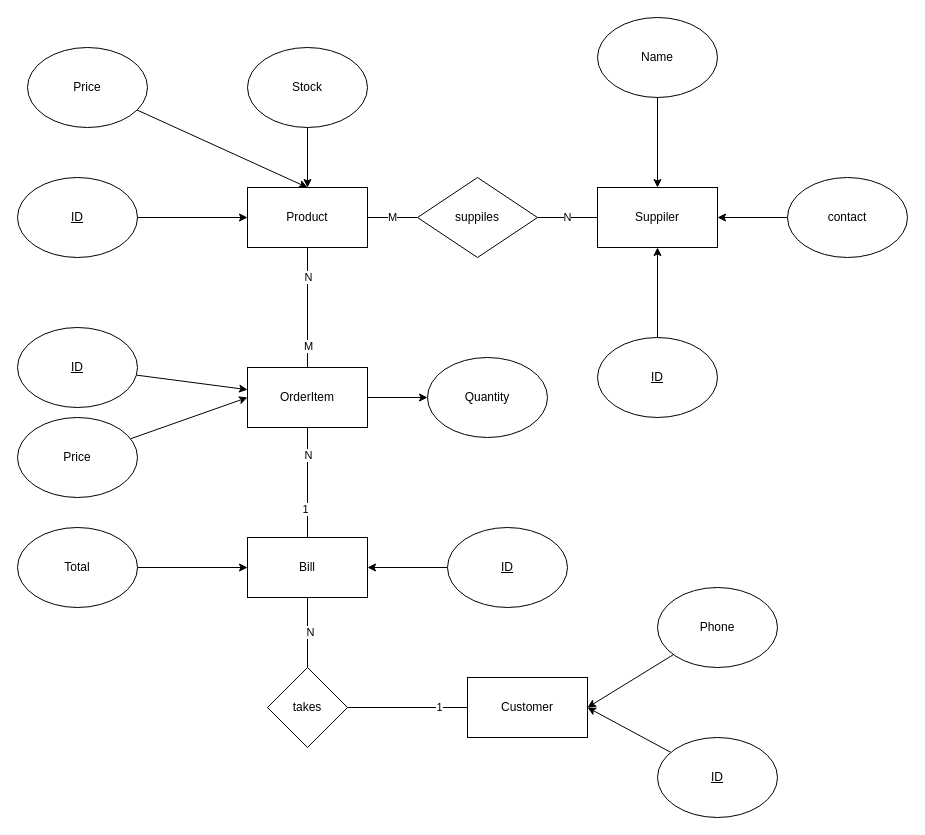
sugan0tech-presidio/tasks keeps this draw.io diagram as Day18/ShoppingER.drawio. Above is the earlier version. Source tidied: cells renumbered, new cells numbered last; positions are measured from the earlier drawing's top-left corner, leaving out a move shared by most shapes. Both pictures are drawn from the tidied source at 100%, with x=0, y=0 at pixel (17, 17).
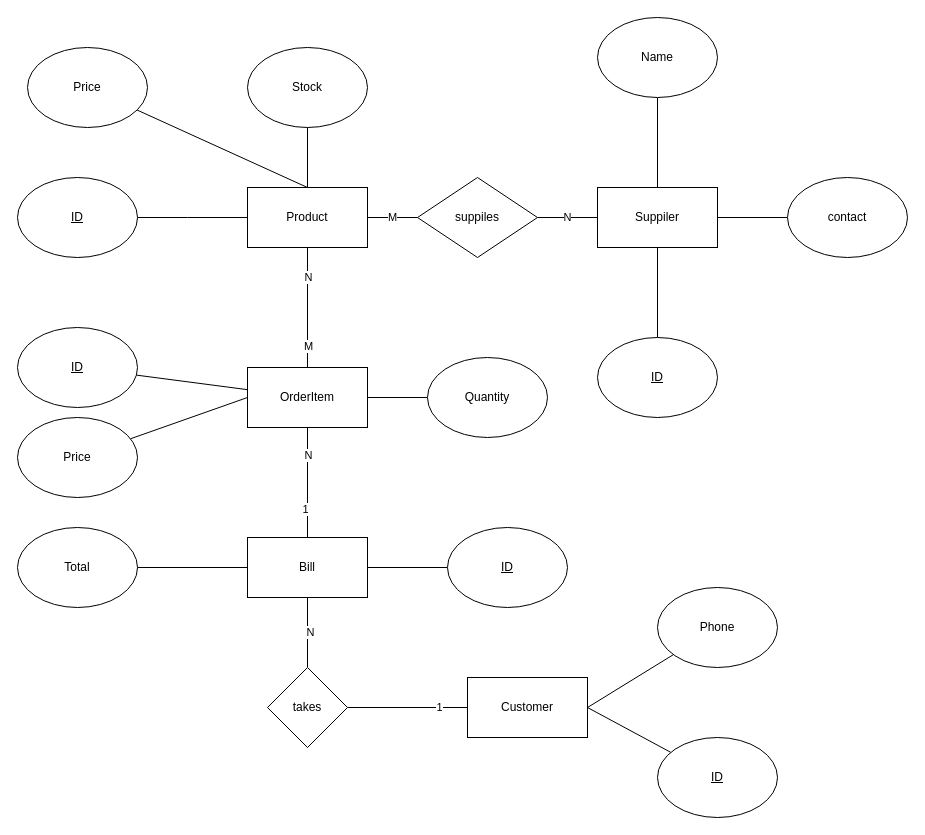
The same diagram, later.

Commit message (it also covers changes not shown here):
fix: diagram attributes & add: query outer join

Unchanged cells that the change refers to:
```xml
<mxCell id="2" value="Product" style="rounded=0;whiteSpace=wrap;html=1;" parent="1" vertex="1">
  <mxGeometry x="230" y="170" width="120" height="60" as="geometry" />
</mxCell>
<mxCell id="4" value="Stock" style="ellipse;whiteSpace=wrap;html=1;" parent="1" vertex="1">
  <mxGeometry x="230" y="30" width="120" height="80" as="geometry" />
</mxCell>
<mxCell id="7" value="Customer" style="rounded=0;whiteSpace=wrap;html=1;" parent="1" vertex="1">
  <mxGeometry x="450" y="660" width="120" height="60" as="geometry" />
</mxCell>
<mxCell id="9" value="&lt;u&gt;ID&lt;/u&gt;" style="ellipse;whiteSpace=wrap;html=1;" parent="1" vertex="1">
  <mxGeometry x="640" y="720" width="120" height="80" as="geometry" />
</mxCell>
<mxCell id="11" value="Phone" style="ellipse;whiteSpace=wrap;html=1;" parent="1" vertex="1">
  <mxGeometry x="640" y="570" width="120" height="80" as="geometry" />
</mxCell>
<mxCell id="12" value="Suppiler" style="rounded=0;whiteSpace=wrap;html=1;" parent="1" vertex="1">
  <mxGeometry x="580" y="170" width="120" height="60" as="geometry" />
</mxCell>
<mxCell id="14" value="Name" style="ellipse;whiteSpace=wrap;html=1;" parent="1" vertex="1">
  <mxGeometry x="580" width="120" height="80" as="geometry" />
</mxCell>
<mxCell id="16" value="&lt;u&gt;ID&lt;/u&gt;" style="ellipse;whiteSpace=wrap;html=1;" parent="1" vertex="1">
  <mxGeometry x="580" y="320" width="120" height="80" as="geometry" />
</mxCell>
<mxCell id="18" value="contact" style="ellipse;whiteSpace=wrap;html=1;" parent="1" vertex="1">
  <mxGeometry x="770" y="160" width="120" height="80" as="geometry" />
</mxCell>
<mxCell id="26" value="OrderItem" style="rounded=0;whiteSpace=wrap;html=1;" parent="1" vertex="1">
  <mxGeometry x="230" y="350" width="120" height="60" as="geometry" />
</mxCell>
<mxCell id="34" value="&lt;u&gt;ID&lt;/u&gt;" style="ellipse;whiteSpace=wrap;html=1;" parent="1" vertex="1">
  <mxGeometry y="310" width="120" height="80" as="geometry" />
</mxCell>
<mxCell id="36" value="Price" style="ellipse;whiteSpace=wrap;html=1;" parent="1" vertex="1">
  <mxGeometry y="400" width="120" height="80" as="geometry" />
</mxCell>
<mxCell id="38" value="&lt;u&gt;ID&lt;/u&gt;" style="ellipse;whiteSpace=wrap;html=1;" parent="1" vertex="1">
  <mxGeometry y="160" width="120" height="80" as="geometry" />
</mxCell>
<mxCell id="39" value="Quantity" style="ellipse;whiteSpace=wrap;html=1;" parent="1" vertex="1">
  <mxGeometry x="410" y="340" width="120" height="80" as="geometry" />
</mxCell>
<mxCell id="40" value="Bill" style="rounded=0;whiteSpace=wrap;html=1;" parent="1" vertex="1">
  <mxGeometry x="230" y="520" width="120" height="60" as="geometry" />
</mxCell>
<mxCell id="42" value="Total" style="ellipse;whiteSpace=wrap;html=1;" parent="1" vertex="1">
  <mxGeometry y="510" width="120" height="80" as="geometry" />
</mxCell>
<mxCell id="44" value="&lt;u&gt;ID&lt;/u&gt;" style="ellipse;whiteSpace=wrap;html=1;" parent="1" vertex="1">
  <mxGeometry x="430" y="510" width="120" height="80" as="geometry" />
</mxCell>
<mxCell id="46" value="Price" style="ellipse;whiteSpace=wrap;html=1;" parent="1" vertex="1">
  <mxGeometry x="10" y="30" width="120" height="80" as="geometry" />
</mxCell>
```

Change to the diagram source:
```diff
@@
-    <mxCell id="3" style="edgeStyle=orthogonalEdgeStyle;rounded=0;jettySize=auto;html=1;" parent="1" edge="1" source="4" target="2">
+    <mxCell id="3" style="edgeStyle=orthogonalEdgeStyle;rounded=0;jettySize=auto;html=1;endArrow=none;endFill=0;" parent="1" edge="1" source="4" target="2">
       <mxGeometry relative="1" as="geometry" />
     </mxCell>
@@
-    <mxCell id="8" style="rounded=0;jettySize=auto;html=1;entryX=1;entryY=0.5;entryDx=0;entryDy=0;" parent="1" edge="1" source="9" target="7">
+    <mxCell id="8" style="rounded=0;jettySize=auto;html=1;entryX=1;entryY=0.5;entryDx=0;entryDy=0;endArrow=none;endFill=0;" parent="1" edge="1" source="9" target="7">
       <mxGeometry relative="1" as="geometry" />
     </mxCell>
@@
-    <mxCell id="10" style="rounded=0;jettySize=auto;html=1;entryX=1;entryY=0.5;entryDx=0;entryDy=0;" parent="1" edge="1" source="11" target="7">
+    <mxCell id="10" style="rounded=0;jettySize=auto;html=1;entryX=1;entryY=0.5;entryDx=0;entryDy=0;endArrow=none;endFill=0;" parent="1" edge="1" source="11" target="7">
       <mxGeometry relative="1" as="geometry" />
     </mxCell>
@@
-    <mxCell id="13" style="edgeStyle=orthogonalEdgeStyle;rounded=0;jettySize=auto;html=1;" parent="1" edge="1" source="14" target="12">
+    <mxCell id="13" style="edgeStyle=orthogonalEdgeStyle;rounded=0;jettySize=auto;html=1;endArrow=none;endFill=0;" parent="1" edge="1" source="14" target="12">
       <mxGeometry relative="1" as="geometry" />
     </mxCell>
@@
-    <mxCell id="15" style="edgeStyle=orthogonalEdgeStyle;rounded=0;jettySize=auto;html=1;entryX=0.5;entryY=1;entryDx=0;entryDy=0;" parent="1" edge="1" source="16" target="12">
+    <mxCell id="15" style="edgeStyle=orthogonalEdgeStyle;rounded=0;jettySize=auto;html=1;entryX=0.5;entryY=1;entryDx=0;entryDy=0;endArrow=none;endFill=0;" parent="1" edge="1" source="16" target="12">
       <mxGeometry relative="1" as="geometry" />
     </mxCell>
@@
-    <mxCell id="17" style="rounded=0;jettySize=auto;html=1;entryX=1;entryY=0.5;entryDx=0;entryDy=0;" parent="1" edge="1" source="18" target="12">
+    <mxCell id="17" style="rounded=0;jettySize=auto;html=1;entryX=1;entryY=0.5;entryDx=0;entryDy=0;endArrow=none;endFill=0;" parent="1" edge="1" source="18" target="12">
       <mxGeometry relative="1" as="geometry" />
     </mxCell>
@@
-    <mxCell id="25" style="edgeStyle=orthogonalEdgeStyle;rounded=0;jettySize=auto;html=1;" parent="1" edge="1" source="26" target="39">
+    <mxCell id="25" style="edgeStyle=orthogonalEdgeStyle;rounded=0;jettySize=auto;html=1;endArrow=none;endFill=0;" parent="1" edge="1" source="26" target="39">
       <mxGeometry relative="1" as="geometry" />
     </mxCell>
@@
-    <mxCell id="33" style="rounded=0;jettySize=auto;html=1;" parent="1" edge="1" source="34" target="26">
+    <mxCell id="33" style="rounded=0;jettySize=auto;html=1;endArrow=none;endFill=0;" parent="1" edge="1" source="34" target="26">
       <mxGeometry relative="1" as="geometry" />
     </mxCell>
@@
-    <mxCell id="35" style="rounded=0;jettySize=auto;html=1;entryX=0;entryY=0.5;entryDx=0;entryDy=0;" parent="1" edge="1" source="36" target="26">
+    <mxCell id="35" style="rounded=0;jettySize=auto;html=1;entryX=0;entryY=0.5;entryDx=0;entryDy=0;endArrow=none;endFill=0;" parent="1" edge="1" source="36" target="26">
       <mxGeometry relative="1" as="geometry" />
     </mxCell>
@@
-    <mxCell id="37" style="edgeStyle=orthogonalEdgeStyle;rounded=0;jettySize=auto;html=1;entryX=0;entryY=0.5;entryDx=0;entryDy=0;" parent="1" edge="1" source="38" target="2">
-      <mxGeometry relative="1" as="geometry" />
+    <mxCell id="37" style="edgeStyle=orthogonalEdgeStyle;rounded=0;jettySize=auto;html=1;entryX=0;entryY=0.5;entryDx=0;entryDy=0;endArrow=none;endFill=0;" parent="1" edge="1" source="38" target="2">
+      <mxGeometry relative="1" as="geometry">
+        <Array as="points">
+          <mxPoint x="170" y="200" />
+          <mxPoint x="170" y="200" />
+        </Array>
+      </mxGeometry>
     </mxCell>
@@
-    <mxCell id="41" style="rounded=0;jettySize=auto;html=1;" parent="1" edge="1" source="42" target="40">
+    <mxCell id="41" style="rounded=0;jettySize=auto;html=1;endArrow=none;endFill=0;" parent="1" edge="1" source="42" target="40">
       <mxGeometry relative="1" as="geometry" />
     </mxCell>
@@
-    <mxCell id="43" style="edgeStyle=orthogonalEdgeStyle;rounded=0;jettySize=auto;html=1;entryX=1;entryY=0.5;entryDx=0;entryDy=0;" parent="1" edge="1" source="44" target="40">
+    <mxCell id="43" style="edgeStyle=orthogonalEdgeStyle;rounded=0;jettySize=auto;html=1;entryX=1;entryY=0.5;entryDx=0;entryDy=0;endArrow=none;endFill=0;" parent="1" edge="1" source="44" target="40">
       <mxGeometry relative="1" as="geometry" />
     </mxCell>
@@
-    <mxCell id="45" style="rounded=0;jettySize=auto;html=1;entryX=0.5;entryY=0;entryDx=0;entryDy=0;" parent="1" edge="1" source="46" target="2">
+    <mxCell id="45" style="rounded=0;jettySize=auto;html=1;entryX=0.5;entryY=0;entryDx=0;entryDy=0;endArrow=none;endFill=0;" parent="1" edge="1" source="46" target="2">
       <mxGeometry relative="1" as="geometry" />
     </mxCell>
```
